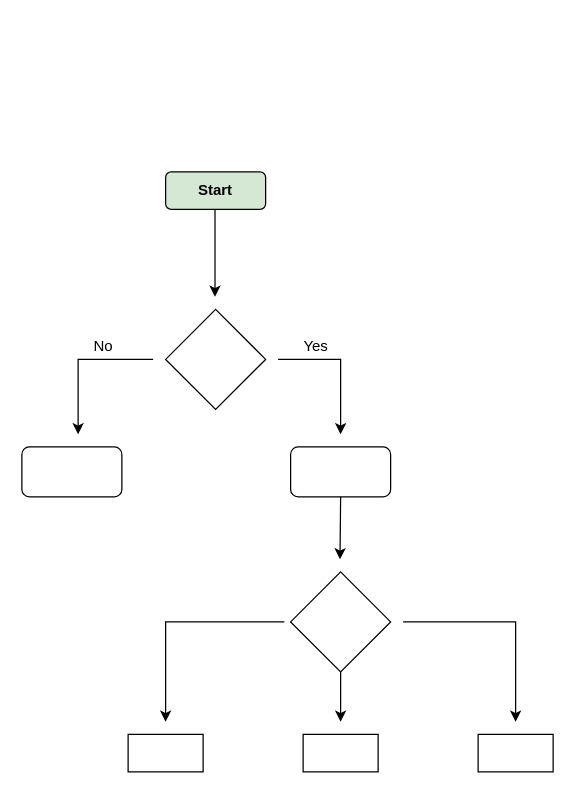
Earlier version of the draw.io diagram Untitled Diagram.drawio (dibyaranjanGIT/MultiSoft_Python2022). Source tidied: cells renumbered, new cells numbered last; positions are measured from the earlier drawing's top-left corner, leaving out a move shared by most shapes. Both pictures are drawn from the tidied source at 125%, with x=0, y=0 at pixel (21, 171).
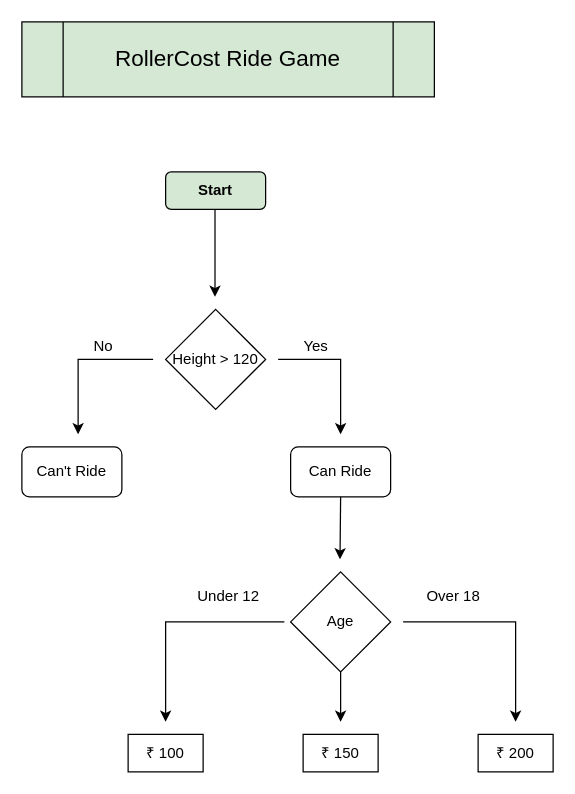
The same page after the edit.

The edit, as a diff of the source:
```diff
@@
-    <mxCell id="2" style="rhombus;whiteSpace=wrap;html=1;" parent="1" vertex="1">
+    <mxCell id="2" value="Height &amp;gt; 120" style="rhombus;whiteSpace=wrap;html=1;" parent="1" vertex="1">
       <mxGeometry x="115" y="110" width="80" height="80" as="geometry" />
     </mxCell>
@@
-    <mxCell id="7" style="rounded=1;whiteSpace=wrap;html=1;" parent="1" vertex="1">
+    <mxCell id="7" value="Can Ride" style="rounded=1;whiteSpace=wrap;html=1;" parent="1" vertex="1">
       <mxGeometry x="215" y="220" width="80" height="40" as="geometry" />
     </mxCell>
-    <mxCell id="8" style="rhombus;whiteSpace=wrap;html=1;" parent="1" vertex="1">
+    <mxCell id="8" value="Age" style="rhombus;whiteSpace=wrap;html=1;" parent="1" vertex="1">
       <mxGeometry x="215" y="320" width="80" height="80" as="geometry" />
     </mxCell>
@@
-    <mxCell id="13" style="rounded=0;whiteSpace=wrap;html=1;" parent="1" vertex="1">
+    <mxCell id="13" value="₹ 100" style="rounded=0;whiteSpace=wrap;html=1;" parent="1" vertex="1">
       <mxGeometry x="85" y="450" width="60" height="30" as="geometry" />
     </mxCell>
-    <mxCell id="14" style="rounded=0;whiteSpace=wrap;html=1;" parent="1" vertex="1">
+    <mxCell id="14" value="₹ 150" style="rounded=0;whiteSpace=wrap;html=1;" parent="1" vertex="1">
       <mxGeometry x="225" y="450" width="60" height="30" as="geometry" />
     </mxCell>
-    <mxCell id="15" style="rounded=0;whiteSpace=wrap;html=1;" parent="1" vertex="1">
+    <mxCell id="15" value="₹ 200&lt;br&gt;" style="rounded=0;whiteSpace=wrap;html=1;" parent="1" vertex="1">
       <mxGeometry x="365" y="450" width="60" height="30" as="geometry" />
     </mxCell>
@@
-    <mxCell id="18" style="rounded=1;whiteSpace=wrap;html=1;" parent="1" vertex="1">
+    <mxCell id="18" value="Can't Ride" style="rounded=1;whiteSpace=wrap;html=1;" parent="1" vertex="1">
       <mxGeometry y="220" width="80" height="40" as="geometry" />
     </mxCell>
+    <mxCell id="19" value="Over 18" style="text;html=1;align=center;verticalAlign=middle;strokeColor=none;fillColor=none;" parent="1" vertex="1">
+      <mxGeometry x="315" y="330" width="60" height="20" as="geometry" />
+    </mxCell>
+    <mxCell id="20" value="Under 12" style="text;html=1;align=center;verticalAlign=middle;strokeColor=none;fillColor=none;" parent="1" vertex="1">
+      <mxGeometry x="135" y="330" width="60" height="20" as="geometry" />
+    </mxCell>
+    <mxCell id="21" value="&lt;font style=&quot;font-size: 18px&quot;&gt;RollerCost Ride Game&lt;/font&gt;" style="shape=process;whiteSpace=wrap;html=1;backgroundOutline=1;fillColor=#D5E8D4;" parent="1" vertex="1">
+      <mxGeometry y="-120" width="330" height="60" as="geometry" />
+    </mxCell>
```
